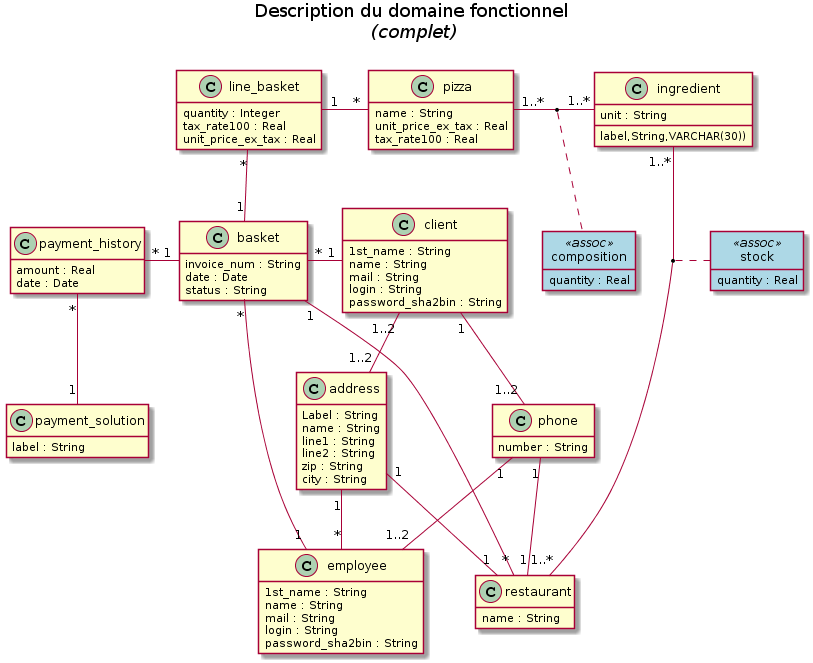
This is functional_model.png from freezed/ocp6, a PlantUML export, as it was before one commit.
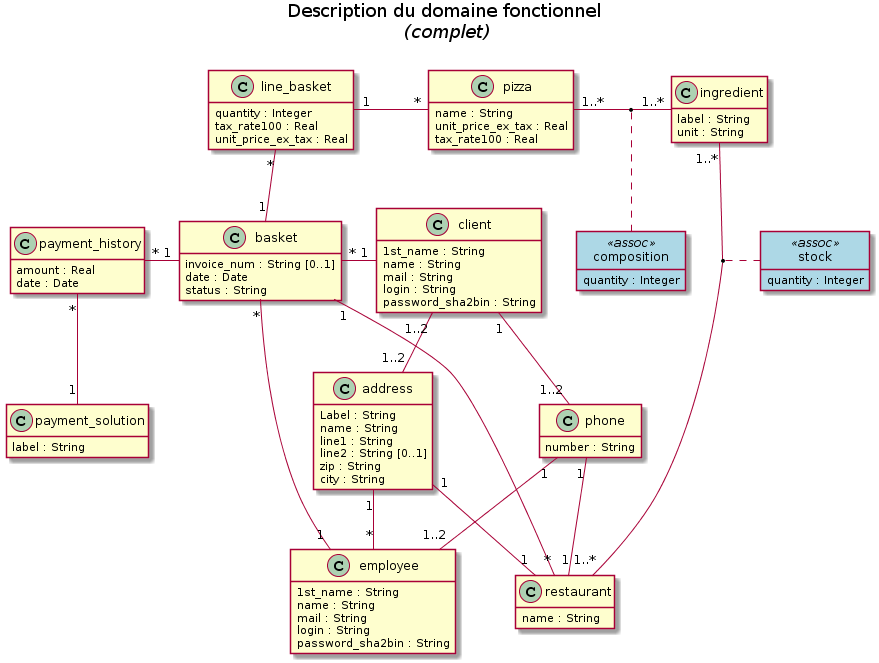
Above is the later version.

Commit message:
Updates diagrams to add more details to attributes

- more relevant data types
- multiplicity and NOT NULL

Diff of the diagram source:
```diff
@@ -40,7 +40,7 @@
     Label : String
     name : String
     line1 : String
-    line2 : String
+    line2 : String [0..1]
     zip : String
     city : String
 }
@@ -52,7 +52,7 @@
     password_sha2bin : String
 }
 class composition {
-    quantity : Real
+    quantity : Integer
 }
 class employee {
     1st_name : String
@@ -62,7 +62,7 @@
     password_sha2bin : String
 }
 class ingredient {
-    label,String,VARCHAR(30))
+    label : String
     unit : String
 }
 class line_basket {
@@ -71,7 +71,7 @@
     unit_price_ex_tax : Real
 }
 class basket {
-    invoice_num : String
+    invoice_num : String [0..1]
     date : Date
     status : String
 }
@@ -94,7 +94,7 @@
     name : String
 }
 class stock {
-    quantity : Real
+    quantity : Integer
 }
 
 pizza "1..*" - "1..*" ingredient
```
